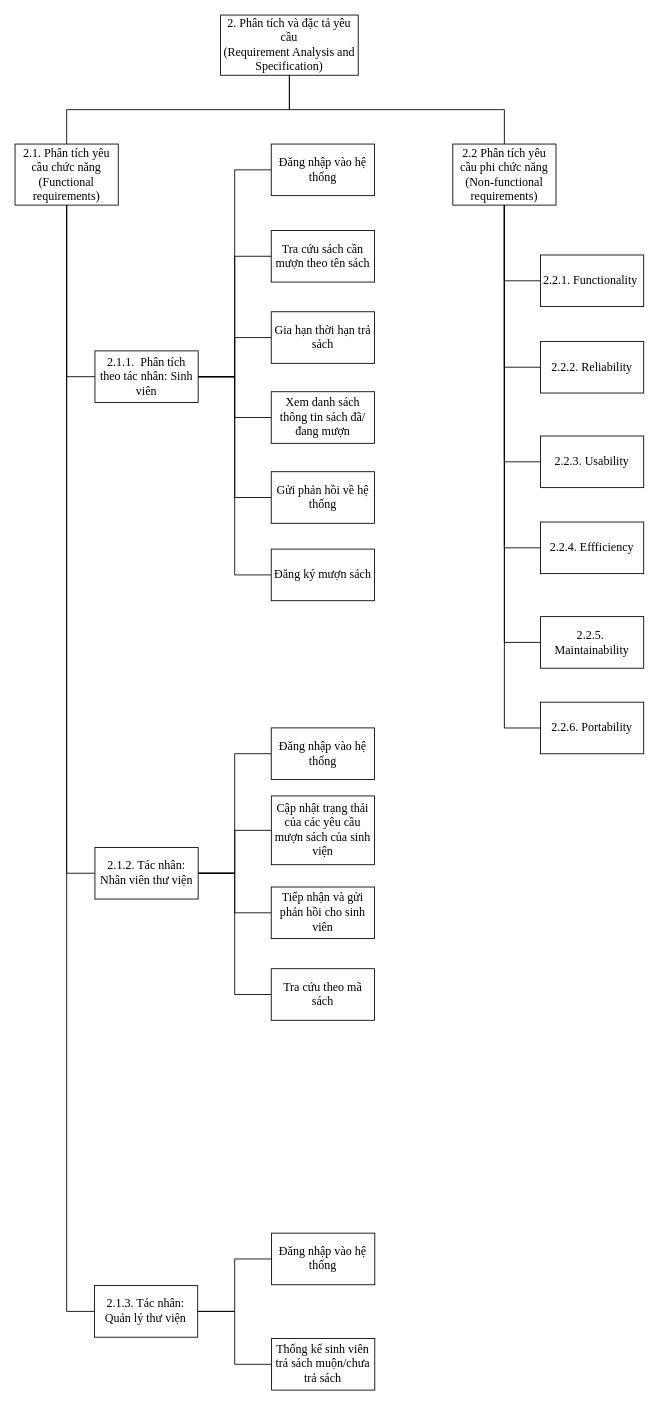
Above: page "Requirment Specification" (2 of 6) of WBS Library Official.drawio in MinhNgoc61021/PM (draw.io), before the change. Source tidied: cells renumbered, new cells numbered last; positions are measured from the earlier drawing's top-left corner, leaving out a move shared by most shapes. Both pictures are drawn from the tidied source at 86%, with x=0, y=0 at pixel (15, 15).
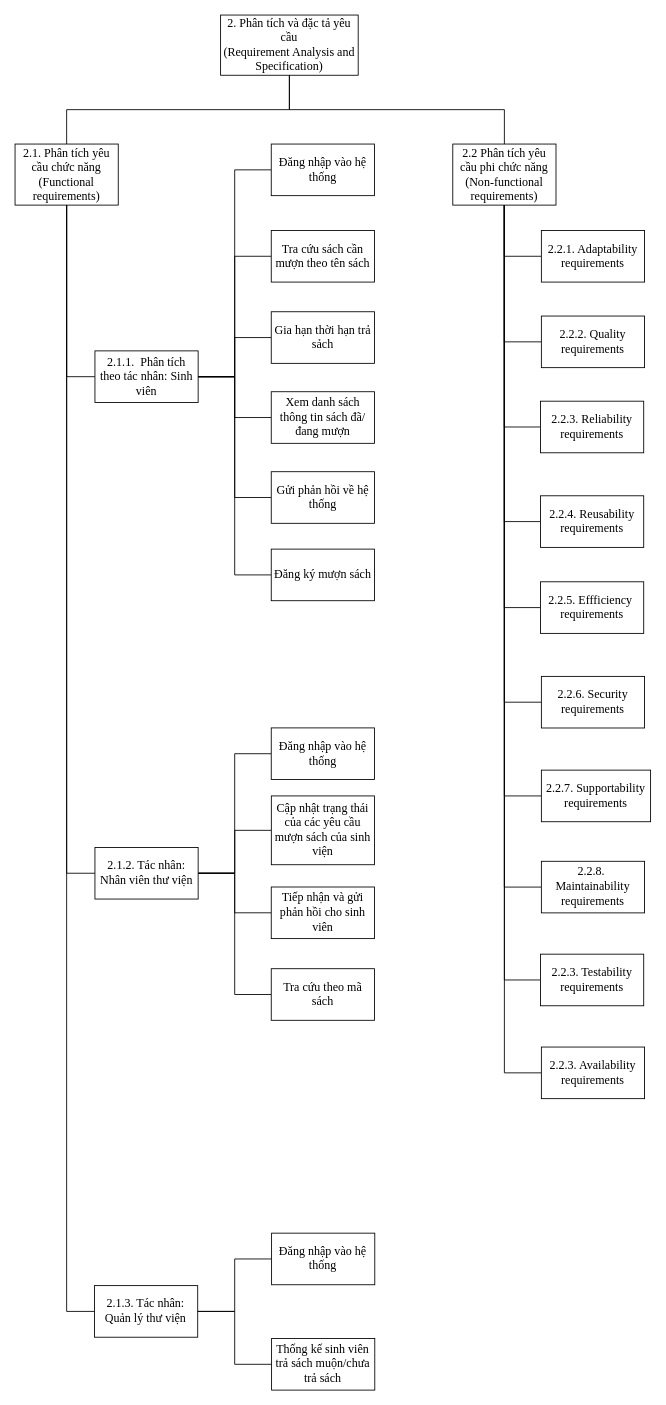
After the change.

The change refers to these unchanged cells:
```xml
<mxCell id="6" value="2.2 Phân tích yêu cầu phi chức năng&lt;br style=&quot;font-size: 14px&quot;&gt;(Non-functional requirements)" style="rounded=0;whiteSpace=wrap;html=1;fontFamily=Times New Roman;fontSize=14;fontStyle=0;fontColor=#000000;" parent="1" vertex="1">
  <mxGeometry x="509" y="150" width="120" height="71" as="geometry" />
</mxCell>
```

What changed in the source:
```diff
@@
-    <mxCell id="34" style="edgeStyle=orthogonalEdgeStyle;rounded=0;jettySize=auto;html=1;exitX=0;exitY=0.5;exitDx=0;exitDy=0;entryX=0.5;entryY=1;entryDx=0;entryDy=0;endArrow=none;endFill=0;" parent="1" edge="1" source="35" target="6">
+    <mxCell id="34" style="edgeStyle=orthogonalEdgeStyle;rounded=0;jettySize=auto;html=1;exitX=0;exitY=0.5;exitDx=0;exitDy=0;entryX=0.5;entryY=1;entryDx=0;entryDy=0;endArrow=none;endFill=0;" parent="1" edge="1" source="49" target="6">
       <mxGeometry relative="1" as="geometry" />
     </mxCell>
-    <mxCell id="35" value="&lt;span style=&quot;font-size: 14px ; text-align: left ; background-color: rgb(255 , 255 , 255)&quot;&gt;2.2.1. Functionality&lt;/span&gt;&lt;span style=&quot;font-size: 14px ; text-align: left ; background-color: rgb(255 , 255 , 255)&quot;&gt;&amp;nbsp;&lt;/span&gt;" style="rounded=0;whiteSpace=wrap;html=1;fontFamily=Times New Roman;fontSize=14;fontStyle=0;fontColor=#000000;" parent="1" vertex="1">
-      <mxGeometry x="611" y="279" width="120" height="60" as="geometry" />
-    </mxCell>
@@
-    <mxCell id="37" value="2.2.2. Reliability" style="rounded=0;whiteSpace=wrap;html=1;fontFamily=Times New Roman;fontSize=14;fontStyle=0;fontColor=#000000;" parent="1" vertex="1">
-      <mxGeometry x="611" y="379.5" width="120" height="60" as="geometry" />
+    <mxCell id="37" value="2.2.3. Reliability requirements" style="rounded=0;whiteSpace=wrap;html=1;fontFamily=Times New Roman;fontSize=14;fontStyle=0;fontColor=#000000;" parent="1" vertex="1">
+      <mxGeometry x="611" y="449" width="120" height="60" as="geometry" />
     </mxCell>
@@
-    <mxCell id="39" value="2.2.3. Usability" style="rounded=0;whiteSpace=wrap;html=1;fontFamily=Times New Roman;fontSize=14;fontStyle=0;fontColor=#000000;" parent="1" vertex="1">
-      <mxGeometry x="611" y="489.5" width="120" height="60" as="geometry" />
+    <mxCell id="39" value="2.2.4. Reusability requirements" style="rounded=0;whiteSpace=wrap;html=1;fontFamily=Times New Roman;fontSize=14;fontStyle=0;fontColor=#000000;" parent="1" vertex="1">
+      <mxGeometry x="611" y="559" width="120" height="60" as="geometry" />
     </mxCell>
@@
-    <mxCell id="44" value="&lt;div style=&quot;text-align: left ; font-size: 14px&quot;&gt;&lt;span style=&quot;background-color: rgb(255 , 255 , 255) ; font-size: 14px&quot;&gt;2.2.4. Effficiency&lt;/span&gt;&lt;/div&gt;" style="rounded=0;whiteSpace=wrap;html=1;fontFamily=Times New Roman;fontSize=14;fontStyle=0;fontColor=#000000;" parent="1" vertex="1">
-      <mxGeometry x="611" y="589.5" width="120" height="60" as="geometry" />
+    <mxCell id="44" value="&lt;div style=&quot;text-align: left ; font-size: 14px&quot;&gt;&lt;span style=&quot;background-color: rgb(255 , 255 , 255) ; font-size: 14px&quot;&gt;2.2.5. Effficiency&amp;nbsp;&lt;/span&gt;&lt;/div&gt;requirements" style="rounded=0;whiteSpace=wrap;html=1;fontFamily=Times New Roman;fontSize=14;fontStyle=0;fontColor=#000000;" parent="1" vertex="1">
+      <mxGeometry x="611" y="659" width="120" height="60" as="geometry" />
     </mxCell>
@@
-    <mxCell id="46" value="&lt;div style=&quot;font-size: 14px&quot;&gt;&lt;span style=&quot;background-color: rgb(255 , 255 , 255) ; font-size: 14px&quot;&gt;2.2.5.&amp;nbsp;&lt;/span&gt;&lt;/div&gt;&lt;div style=&quot;font-size: 14px&quot;&gt;&lt;span style=&quot;background-color: rgb(255 , 255 , 255)&quot;&gt;Maintainability&lt;/span&gt;&lt;/div&gt;" style="rounded=0;whiteSpace=wrap;html=1;fontFamily=Times New Roman;fontSize=14;fontStyle=0;fontColor=#000000;align=center;" parent="1" vertex="1">
-      <mxGeometry x="611" y="699.5" width="120" height="60" as="geometry" />
+    <mxCell id="46" value="&lt;div style=&quot;font-size: 14px&quot;&gt;&lt;/div&gt;2.2.6. Security requirements" style="rounded=0;whiteSpace=wrap;html=1;fontFamily=Times New Roman;fontSize=14;fontStyle=0;fontColor=#000000;align=center;" parent="1" vertex="1">
+      <mxGeometry x="612" y="769" width="120" height="60" as="geometry" />
     </mxCell>
-    <mxCell id="47" style="edgeStyle=orthogonalEdgeStyle;rounded=0;jettySize=auto;html=1;exitX=0;exitY=0.5;exitDx=0;exitDy=0;entryX=0.5;entryY=1;entryDx=0;entryDy=0;endArrow=none;endFill=0;" parent="1" edge="1" source="48" target="6">
-      <mxGeometry relative="1" as="geometry" />
-    </mxCell>
-    <mxCell id="48" value="&lt;div style=&quot;text-align: left ; font-size: 14px&quot;&gt;&lt;span style=&quot;background-color: rgb(255 , 255 , 255) ; font-size: 14px&quot;&gt;2.2.6. Portability&lt;/span&gt;&lt;/div&gt;" style="rounded=0;whiteSpace=wrap;html=1;fontFamily=Times New Roman;fontSize=14;fontStyle=0;fontColor=#000000;" parent="1" vertex="1">
-      <mxGeometry x="611" y="799" width="120" height="60" as="geometry" />
-    </mxCell>
+    <mxCell id="49" value="2.2.2. Quality requirements" style="rounded=0;whiteSpace=wrap;html=1;fontFamily=Times New Roman;fontSize=14;fontStyle=0;fontColor=#000000;" parent="1" vertex="1">
+      <mxGeometry x="612" y="350" width="120" height="60" as="geometry" />
+    </mxCell>
+    <mxCell id="50" style="edgeStyle=orthogonalEdgeStyle;rounded=0;jettySize=auto;html=1;exitX=0;exitY=0.5;exitDx=0;exitDy=0;entryX=0.5;entryY=1;entryDx=0;entryDy=0;endArrow=none;endFill=0;" parent="1" edge="1" source="51" target="6">
+      <mxGeometry relative="1" as="geometry" />
+    </mxCell>
+    <mxCell id="51" value="2.2.1. Adaptability requirements" style="rounded=0;whiteSpace=wrap;html=1;fontFamily=Times New Roman;fontSize=14;fontStyle=0;fontColor=#000000;" parent="1" vertex="1">
+      <mxGeometry x="612" y="250.5" width="120" height="60" as="geometry" />
+    </mxCell>
+    <mxCell id="52" style="edgeStyle=orthogonalEdgeStyle;rounded=0;jettySize=auto;html=1;exitX=0;exitY=0.5;exitDx=0;exitDy=0;entryX=0.5;entryY=1;entryDx=0;entryDy=0;endArrow=none;endFill=0;" parent="1" edge="1" source="53" target="6">
+      <mxGeometry relative="1" as="geometry" />
+    </mxCell>
+    <mxCell id="53" value="&lt;div style=&quot;font-size: 14px&quot;&gt;&lt;span style=&quot;background-color: rgb(255 , 255 , 255) ; font-size: 14px&quot;&gt;2.2.7. Supportability requirements&lt;/span&gt;&lt;/div&gt;" style="rounded=0;whiteSpace=wrap;html=1;fontFamily=Times New Roman;fontSize=14;fontStyle=0;fontColor=#000000;align=center;" parent="1" vertex="1">
+      <mxGeometry x="612" y="878" width="127" height="60" as="geometry" />
+    </mxCell>
+    <mxCell id="54" style="edgeStyle=orthogonalEdgeStyle;rounded=0;jettySize=auto;html=1;exitX=0;exitY=0.5;exitDx=0;exitDy=0;entryX=0.5;entryY=1;entryDx=0;entryDy=0;endArrow=none;endFill=0;" parent="1" edge="1" source="55" target="6">
+      <mxGeometry relative="1" as="geometry" />
+    </mxCell>
+    <mxCell id="55" value="&lt;div style=&quot;font-size: 14px&quot;&gt;&lt;span style=&quot;background-color: rgb(255 , 255 , 255) ; font-size: 14px&quot;&gt;2.2.8.&amp;nbsp;&lt;/span&gt;&lt;/div&gt;&lt;span style=&quot;background-color: rgb(255 , 255 , 255)&quot;&gt;Maintainability requirements&lt;/span&gt;" style="rounded=0;whiteSpace=wrap;html=1;fontFamily=Times New Roman;fontSize=14;fontStyle=0;fontColor=#000000;align=center;" parent="1" vertex="1">
+      <mxGeometry x="612" y="984" width="120" height="60" as="geometry" />
+    </mxCell>
+    <mxCell id="56" style="edgeStyle=orthogonalEdgeStyle;rounded=0;jettySize=auto;html=1;exitX=0;exitY=0.5;exitDx=0;exitDy=0;entryX=0.5;entryY=1;entryDx=0;entryDy=0;endArrow=none;endFill=0;" parent="1" edge="1" source="57" target="6">
+      <mxGeometry relative="1" as="geometry" />
+    </mxCell>
+    <mxCell id="57" value="2.2.3. Availability requirements" style="rounded=0;whiteSpace=wrap;html=1;fontFamily=Times New Roman;fontSize=14;fontStyle=0;fontColor=#000000;" parent="1" vertex="1">
+      <mxGeometry x="612" y="1200" width="120" height="60" as="geometry" />
+    </mxCell>
+    <mxCell id="58" style="edgeStyle=orthogonalEdgeStyle;rounded=0;jettySize=auto;html=1;exitX=0;exitY=0.5;exitDx=0;exitDy=0;entryX=0.5;entryY=1;entryDx=0;entryDy=0;endArrow=none;endFill=0;" parent="1" edge="1" source="59" target="6">
+      <mxGeometry relative="1" as="geometry" />
+    </mxCell>
+    <mxCell id="59" value="2.2.3. Testability requirements" style="rounded=0;whiteSpace=wrap;html=1;fontFamily=Times New Roman;fontSize=14;fontStyle=0;fontColor=#000000;" parent="1" vertex="1">
+      <mxGeometry x="611" y="1092" width="120" height="60" as="geometry" />
+    </mxCell>
```
